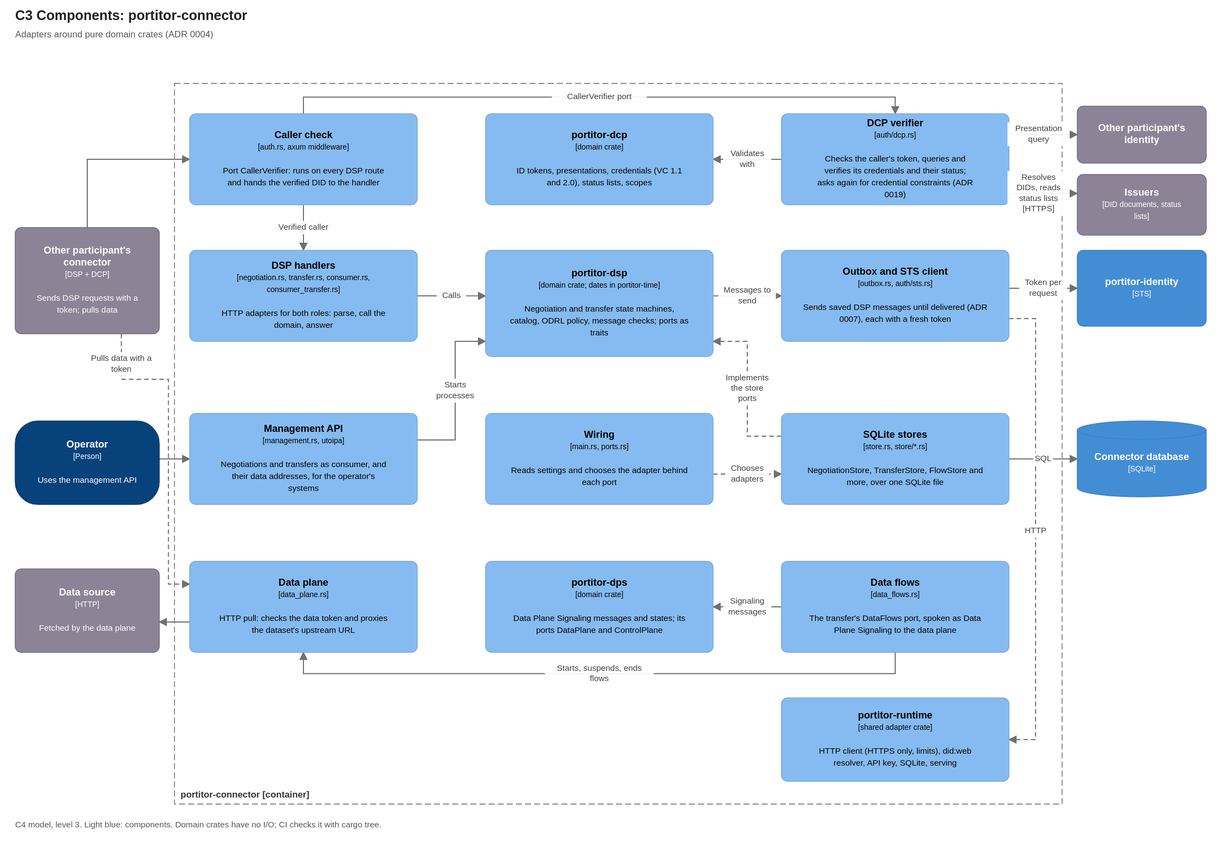
This is docs/diagrams/c3-connector-components.drawio.svg from brunopacheco1/ldsc, a draw.io export, as it was before one commit. Source tidied: cells renumbered, new cells last; positions are measured from the earlier drawing's top-left corner, leaving out a move shared by most shapes.
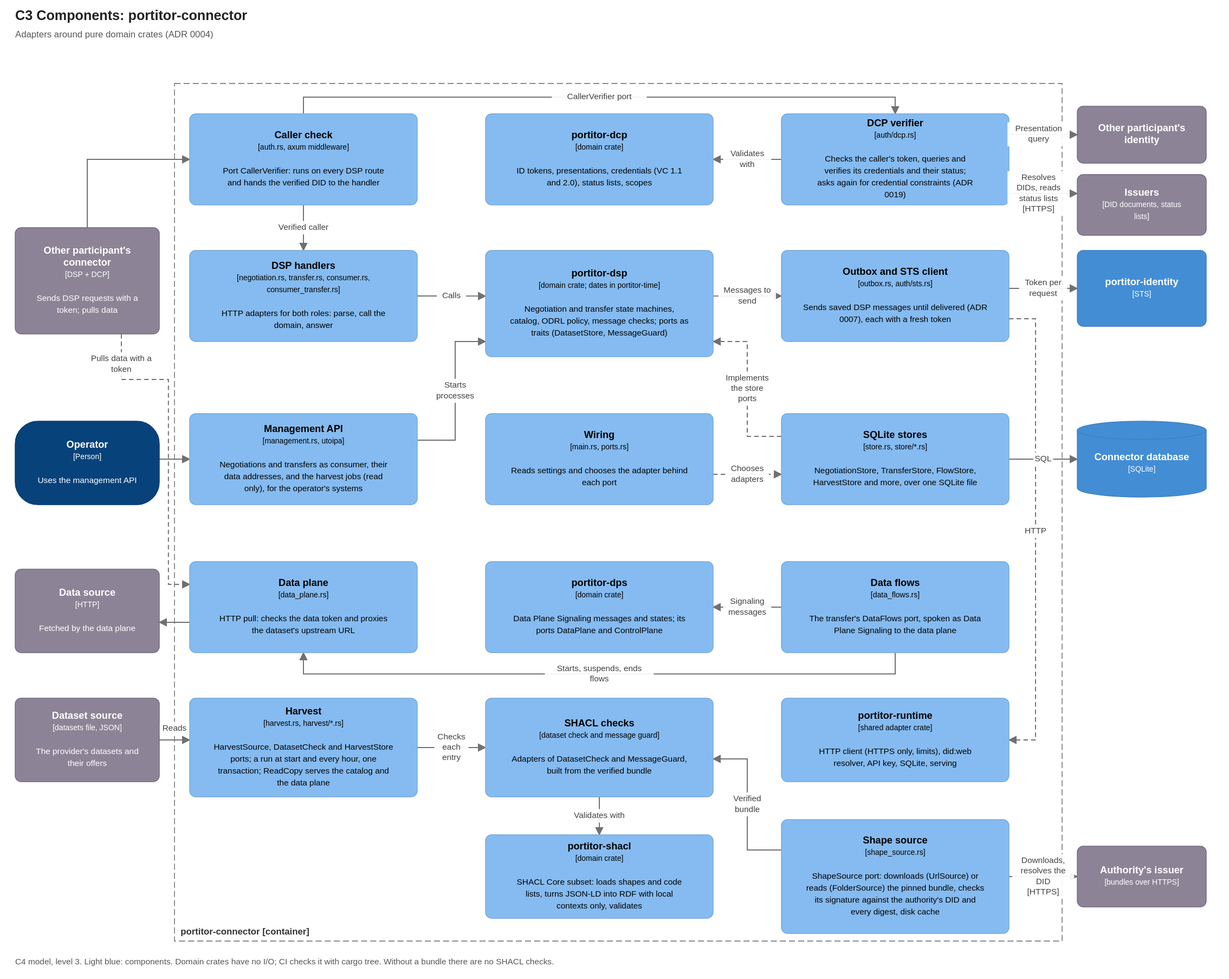
The same file after the commit.

Diff of the diagram source:
```diff
@@ -3,7 +3,7 @@
     <mxCell id="0" />
     <mxCell id="1" parent="0" />
     <mxCell id="2" value="portitor-connector  [container]" style="rounded=0;whiteSpace=wrap;html=1;fillColor=none;dashed=1;dashPattern=8 4;strokeColor=#666666;fontColor=#333333;align=left;verticalAlign=bottom;spacingLeft=8;spacingBottom=4;fontSize=12;fontStyle=1;" parent="1" vertex="1">
-      <mxGeometry x="210" width="1170" height="950" as="geometry" />
+      <mxGeometry x="210" width="1170" height="1130" as="geometry" />
     </mxCell>
     <mxCell id="3" value="&lt;b&gt;Other participant&amp;#x27;s connector&lt;/b&gt;&lt;br&gt;&lt;font style=&quot;font-size:10px&quot;&gt;[DSP + DCP]&lt;/font&gt;&lt;br&gt;&lt;br&gt;&lt;font style=&quot;font-size:11px&quot;&gt;Sends DSP requests with a token; pulls data&lt;/font&gt;" style="rounded=1;arcSize=8;whiteSpace=wrap;html=1;fillColor=#8C8496;strokeColor=#736782;fontColor=#FFFFFF;fontSize=13;align=center;verticalAlign=middle;c4Kind=external;c4Name=Other participant's connector;" parent="1" vertex="1">
       <mxGeometry y="190" width="190" height="140" as="geometry" />
@@ -20,13 +20,13 @@
     <mxCell id="7" value="&lt;b&gt;DSP handlers&lt;/b&gt;&lt;br&gt;&lt;font style=&quot;font-size:10px&quot;&gt;[negotiation.rs, transfer.rs, consumer.rs, consumer_transfer.rs]&lt;/font&gt;&lt;br&gt;&lt;br&gt;&lt;font style=&quot;font-size:11px&quot;&gt;HTTP adapters for both roles: parse, call the domain, answer&lt;/font&gt;" style="rounded=1;arcSize=8;whiteSpace=wrap;html=1;fillColor=#85BBF0;strokeColor=#78A8D8;fontColor=#000000;fontSize=13;align=center;verticalAlign=middle;c4Kind=component;c4Name=DSP handlers;" parent="1" vertex="1">
       <mxGeometry x="230" y="220" width="300" height="120" as="geometry" />
     </mxCell>
-    <mxCell id="8" value="&lt;b&gt;Management API&lt;/b&gt;&lt;br&gt;&lt;font style=&quot;font-size:10px&quot;&gt;[management.rs, utoipa]&lt;/font&gt;&lt;br&gt;&lt;br&gt;&lt;font style=&quot;font-size:11px&quot;&gt;Negotiations and transfers as consumer, and their data addresses, for the operator&amp;#x27;s systems&lt;/font&gt;" style="rounded=1;arcSize=8;whiteSpace=wrap;html=1;fillColor=#85BBF0;strokeColor=#78A8D8;fontColor=#000000;fontSize=13;align=center;verticalAlign=middle;c4Kind=component;c4Name=Management API;" parent="1" vertex="1">
+    <mxCell id="8" value="&lt;b&gt;Management API&lt;/b&gt;&lt;br&gt;&lt;font style=&quot;font-size:10px&quot;&gt;[management.rs, utoipa]&lt;/font&gt;&lt;br&gt;&lt;br&gt;&lt;font style=&quot;font-size:11px&quot;&gt;Negotiations and transfers as consumer, their data addresses, and the harvest jobs (read only), for the operator&amp;#x27;s systems&lt;/font&gt;" style="rounded=1;arcSize=8;whiteSpace=wrap;html=1;fillColor=#85BBF0;strokeColor=#78A8D8;fontColor=#000000;fontSize=13;align=center;verticalAlign=middle;c4Kind=component;c4Name=Management API;" parent="1" vertex="1">
       <mxGeometry x="230" y="435" width="300" height="120" as="geometry" />
     </mxCell>
     <mxCell id="9" value="&lt;b&gt;Data plane&lt;/b&gt;&lt;br&gt;&lt;font style=&quot;font-size:10px&quot;&gt;[data_plane.rs]&lt;/font&gt;&lt;br&gt;&lt;br&gt;&lt;font style=&quot;font-size:11px&quot;&gt;HTTP pull: checks the data token and proxies the dataset&amp;#x27;s upstream URL&lt;/font&gt;" style="rounded=1;arcSize=8;whiteSpace=wrap;html=1;fillColor=#85BBF0;strokeColor=#78A8D8;fontColor=#000000;fontSize=13;align=center;verticalAlign=middle;c4Kind=component;c4Name=Data plane;" parent="1" vertex="1">
       <mxGeometry x="230" y="630" width="300" height="120" as="geometry" />
     </mxCell>
-    <mxCell id="10" value="&lt;b&gt;portitor-dsp&lt;/b&gt;&lt;br&gt;&lt;font style=&quot;font-size:10px&quot;&gt;[domain crate; dates in portitor-time]&lt;/font&gt;&lt;br&gt;&lt;br&gt;&lt;font style=&quot;font-size:11px&quot;&gt;Negotiation and transfer state machines, catalog, ODRL policy, message checks; ports as traits&lt;/font&gt;" style="rounded=1;arcSize=8;whiteSpace=wrap;html=1;fillColor=#85BBF0;strokeColor=#78A8D8;fontColor=#000000;fontSize=13;align=center;verticalAlign=middle;c4Kind=component;c4Name=portitor-dsp;" parent="1" vertex="1">
+    <mxCell id="10" value="&lt;b&gt;portitor-dsp&lt;/b&gt;&lt;br&gt;&lt;font style=&quot;font-size:10px&quot;&gt;[domain crate; dates in portitor-time]&lt;/font&gt;&lt;br&gt;&lt;br&gt;&lt;font style=&quot;font-size:11px&quot;&gt;Negotiation and transfer state machines, catalog, ODRL policy, message checks; ports as traits (DatasetStore, MessageGuard)&lt;/font&gt;" style="rounded=1;arcSize=8;whiteSpace=wrap;html=1;fillColor=#85BBF0;strokeColor=#78A8D8;fontColor=#000000;fontSize=13;align=center;verticalAlign=middle;c4Kind=component;c4Name=portitor-dsp;" parent="1" vertex="1">
       <mxGeometry x="620" y="220" width="300" height="140" as="geometry" />
     </mxCell>
     <mxCell id="11" value="&lt;b&gt;portitor-dps&lt;/b&gt;&lt;br&gt;&lt;font style=&quot;font-size:10px&quot;&gt;[domain crate]&lt;/font&gt;&lt;br&gt;&lt;br&gt;&lt;font style=&quot;font-size:11px&quot;&gt;Data Plane Signaling messages and states; its ports DataPlane and ControlPlane&lt;/font&gt;" style="rounded=1;arcSize=8;whiteSpace=wrap;html=1;fillColor=#85BBF0;strokeColor=#78A8D8;fontColor=#000000;fontSize=13;align=center;verticalAlign=middle;c4Kind=component;c4Name=portitor-dps;" parent="1" vertex="1">
@@ -44,7 +44,7 @@
     <mxCell id="15" value="&lt;b&gt;Outbox and STS client&lt;/b&gt;&lt;br&gt;&lt;font style=&quot;font-size:10px&quot;&gt;[outbox.rs, auth/sts.rs]&lt;/font&gt;&lt;br&gt;&lt;br&gt;&lt;font style=&quot;font-size:11px&quot;&gt;Sends saved DSP messages until delivered (ADR 0007), each with a fresh token&lt;/font&gt;" style="rounded=1;arcSize=8;whiteSpace=wrap;html=1;fillColor=#85BBF0;strokeColor=#78A8D8;fontColor=#000000;fontSize=13;align=center;verticalAlign=middle;c4Kind=component;c4Name=Outbox and STS client;" parent="1" vertex="1">
       <mxGeometry x="1010" y="220" width="300" height="120" as="geometry" />
     </mxCell>
-    <mxCell id="16" value="&lt;b&gt;SQLite stores&lt;/b&gt;&lt;br&gt;&lt;font style=&quot;font-size:10px&quot;&gt;[store.rs, store/*.rs]&lt;/font&gt;&lt;br&gt;&lt;br&gt;&lt;font style=&quot;font-size:11px&quot;&gt;NegotiationStore, TransferStore, FlowStore and more, over one SQLite file&lt;/font&gt;" style="rounded=1;arcSize=8;whiteSpace=wrap;html=1;fillColor=#85BBF0;strokeColor=#78A8D8;fontColor=#000000;fontSize=13;align=center;verticalAlign=middle;c4Kind=component;c4Name=SQLite stores;" parent="1" vertex="1">
+    <mxCell id="16" value="&lt;b&gt;SQLite stores&lt;/b&gt;&lt;br&gt;&lt;font style=&quot;font-size:10px&quot;&gt;[store.rs, store/*.rs]&lt;/font&gt;&lt;br&gt;&lt;br&gt;&lt;font style=&quot;font-size:11px&quot;&gt;NegotiationStore, TransferStore, FlowStore, HarvestStore and more, over one SQLite file&lt;/font&gt;" style="rounded=1;arcSize=8;whiteSpace=wrap;html=1;fillColor=#85BBF0;strokeColor=#78A8D8;fontColor=#000000;fontSize=13;align=center;verticalAlign=middle;c4Kind=component;c4Name=SQLite stores;" parent="1" vertex="1">
       <mxGeometry x="1010" y="435" width="300" height="120" as="geometry" />
     </mxCell>
     <mxCell id="17" value="&lt;b&gt;Data flows&lt;/b&gt;&lt;br&gt;&lt;font style=&quot;font-size:10px&quot;&gt;[data_flows.rs]&lt;/font&gt;&lt;br&gt;&lt;br&gt;&lt;font style=&quot;font-size:11px&quot;&gt;The transfer&amp;#x27;s DataFlows port, spoken as Data Plane Signaling to the data plane&lt;/font&gt;" style="rounded=1;arcSize=8;whiteSpace=wrap;html=1;fillColor=#85BBF0;strokeColor=#78A8D8;fontColor=#000000;fontSize=13;align=center;verticalAlign=middle;c4Kind=component;c4Name=Data flows;" parent="1" vertex="1">
@@ -151,14 +151,52 @@
         </Array>
       </mxGeometry>
     </mxCell>
-    <mxCell id="40" value="C4 model, level 3. Light blue: components. Domain crates have no I/O; CI checks it with cargo tree." style="text;html=1;align=left;verticalAlign=top;fontSize=11;fontColor=#555555;whiteSpace=wrap;" parent="1" vertex="1">
-      <mxGeometry y="960" width="1580" height="40" as="geometry" />
-    </mxCell>
     <mxCell id="41" value="&lt;b&gt;Issuers&lt;/b&gt;&lt;br&gt;&lt;font style=&quot;font-size:10px&quot;&gt;[DID documents, status lists]&lt;/font&gt;" style="rounded=1;arcSize=8;whiteSpace=wrap;html=1;fillColor=#8C8496;strokeColor=#736782;fontColor=#FFFFFF;fontSize=13;align=center;verticalAlign=middle;c4Kind=external;c4Name=Issuers;" parent="1" vertex="1">
       <mxGeometry x="1400" y="120" width="170" height="80" as="geometry" />
     </mxCell>
     <mxCell id="42" value="Resolves DIDs, reads status lists&#10;[HTTPS]" style="endArrow=blockThin;endFill=1;html=1;rounded=0;strokeColor=#707070;fontSize=11;fontColor=#404040;labelBackgroundColor=#FFFFFF;exitX=1.000;exitY=0.875;exitPerimeter=0;entryX=0.000;entryY=0.312;entryPerimeter=0;" parent="1" edge="1" source="14" target="41">
       <mxGeometry relative="1" as="geometry" />
     </mxCell>
+    <mxCell id="43" value="&lt;b&gt;Dataset source&lt;/b&gt;&lt;br&gt;&lt;font style=&quot;font-size:10px&quot;&gt;[datasets file, JSON]&lt;/font&gt;&lt;br&gt;&lt;br&gt;&lt;font style=&quot;font-size:11px&quot;&gt;The provider&amp;#x27;s datasets and their offers&lt;/font&gt;" style="rounded=1;arcSize=8;whiteSpace=wrap;html=1;fillColor=#8C8496;strokeColor=#736782;fontColor=#FFFFFF;fontSize=13;align=center;verticalAlign=middle;c4Kind=external;c4Name=Dataset source;" parent="1" vertex="1">
+      <mxGeometry y="810" width="190" height="110" as="geometry" />
+    </mxCell>
+    <mxCell id="44" value="&lt;b&gt;Harvest&lt;/b&gt;&lt;br&gt;&lt;font style=&quot;font-size:10px&quot;&gt;[harvest.rs, harvest/*.rs]&lt;/font&gt;&lt;br&gt;&lt;br&gt;&lt;font style=&quot;font-size:11px&quot;&gt;HarvestSource, DatasetCheck and HarvestStore ports; a run at start and every hour, one transaction; ReadCopy serves the catalog and the data plane&lt;/font&gt;" style="rounded=1;arcSize=8;whiteSpace=wrap;html=1;fillColor=#85BBF0;strokeColor=#78A8D8;fontColor=#000000;fontSize=13;align=center;verticalAlign=middle;c4Kind=component;c4Name=Harvest;" parent="1" vertex="1">
+      <mxGeometry x="230" y="810" width="300" height="130" as="geometry" />
+    </mxCell>
+    <mxCell id="45" value="&lt;b&gt;SHACL checks&lt;/b&gt;&lt;br&gt;&lt;font style=&quot;font-size:10px&quot;&gt;[dataset check and message guard]&lt;/font&gt;&lt;br&gt;&lt;br&gt;&lt;font style=&quot;font-size:11px&quot;&gt;Adapters of DatasetCheck and MessageGuard, built from the verified bundle&lt;/font&gt;" style="rounded=1;arcSize=8;whiteSpace=wrap;html=1;fillColor=#85BBF0;strokeColor=#78A8D8;fontColor=#000000;fontSize=13;align=center;verticalAlign=middle;c4Kind=component;c4Name=SHACL checks;" parent="1" vertex="1">
+      <mxGeometry x="620" y="810" width="300" height="130" as="geometry" />
+    </mxCell>
+    <mxCell id="46" value="&lt;b&gt;portitor-shacl&lt;/b&gt;&lt;br&gt;&lt;font style=&quot;font-size:10px&quot;&gt;[domain crate]&lt;/font&gt;&lt;br&gt;&lt;br&gt;&lt;font style=&quot;font-size:11px&quot;&gt;SHACL Core subset: loads shapes and code lists, turns JSON-LD into RDF with local contexts only, validates&lt;/font&gt;" style="rounded=1;arcSize=8;whiteSpace=wrap;html=1;fillColor=#85BBF0;strokeColor=#78A8D8;fontColor=#000000;fontSize=13;align=center;verticalAlign=middle;c4Kind=component;c4Name=portitor-shacl;" parent="1" vertex="1">
+      <mxGeometry x="620" y="990" width="300" height="110" as="geometry" />
+    </mxCell>
+    <mxCell id="47" value="&lt;b&gt;Shape source&lt;/b&gt;&lt;br&gt;&lt;font style=&quot;font-size:10px&quot;&gt;[shape_source.rs]&lt;/font&gt;&lt;br&gt;&lt;br&gt;&lt;font style=&quot;font-size:11px&quot;&gt;ShapeSource port: downloads (UrlSource) or reads (FolderSource) the pinned bundle, checks its signature against the authority&amp;#x27;s DID and every digest, disk cache&lt;/font&gt;" style="rounded=1;arcSize=8;whiteSpace=wrap;html=1;fillColor=#85BBF0;strokeColor=#78A8D8;fontColor=#000000;fontSize=13;align=center;verticalAlign=middle;c4Kind=component;c4Name=Shape source;" parent="1" vertex="1">
+      <mxGeometry x="1010" y="970" width="300" height="150" as="geometry" />
+    </mxCell>
+    <mxCell id="48" value="&lt;b&gt;Authority&amp;#x27;s issuer&lt;/b&gt;&lt;br&gt;&lt;font style=&quot;font-size:10px&quot;&gt;[bundles over HTTPS]&lt;/font&gt;" style="rounded=1;arcSize=8;whiteSpace=wrap;html=1;fillColor=#8C8496;strokeColor=#736782;fontColor=#FFFFFF;fontSize=13;align=center;verticalAlign=middle;c4Kind=external;c4Name=Authority's issuer;" parent="1" vertex="1">
+      <mxGeometry x="1400" y="1005" width="170" height="80" as="geometry" />
+    </mxCell>
+    <mxCell id="49" value="Reads" style="endArrow=blockThin;endFill=1;html=1;rounded=0;strokeColor=#707070;fontSize=11;fontColor=#404040;labelBackgroundColor=#FFFFFF;exitX=1.000;exitY=0.500;exitPerimeter=0;entryX=0.000;entryY=0.423;entryPerimeter=0;" parent="1" edge="1" source="43" target="44">
+      <mxGeometry relative="1" as="geometry" />
+    </mxCell>
+    <mxCell id="50" value="Checks each entry" style="endArrow=blockThin;endFill=1;html=1;rounded=0;strokeColor=#707070;fontSize=11;fontColor=#404040;labelBackgroundColor=#FFFFFF;exitX=1.000;exitY=0.500;exitPerimeter=0;entryX=0.000;entryY=0.500;entryPerimeter=0;" parent="1" edge="1" source="44" target="45">
+      <mxGeometry relative="1" as="geometry" />
+    </mxCell>
+    <mxCell id="51" value="Validates with" style="endArrow=blockThin;endFill=1;html=1;rounded=0;strokeColor=#707070;fontSize=11;fontColor=#404040;labelBackgroundColor=#FFFFFF;exitX=0.500;exitY=1.000;exitPerimeter=0;entryX=0.500;entryY=0.000;entryPerimeter=0;" parent="1" edge="1" source="45" target="46">
+      <mxGeometry relative="1" as="geometry" />
+    </mxCell>
+    <mxCell id="52" value="Verified bundle" style="endArrow=blockThin;endFill=1;html=1;rounded=0;strokeColor=#707070;fontSize=11;fontColor=#404040;labelBackgroundColor=#FFFFFF;exitX=0.000;exitY=0.267;exitPerimeter=0;entryX=1.000;entryY=0.615;entryPerimeter=0;" parent="1" edge="1" source="47" target="45">
+      <mxGeometry relative="1" as="geometry">
+        <Array as="points">
+          <mxPoint x="965" y="1010" />
+          <mxPoint x="965" y="890" />
+        </Array>
+      </mxGeometry>
+    </mxCell>
+    <mxCell id="53" value="Downloads, resolves the DID&#10;[HTTPS]" style="endArrow=blockThin;endFill=1;html=1;rounded=0;strokeColor=#707070;fontSize=11;fontColor=#404040;labelBackgroundColor=#FFFFFF;exitX=1.000;exitY=0.500;exitPerimeter=0;entryX=0.000;entryY=0.500;entryPerimeter=0;" parent="1" edge="1" source="47" target="48">
+      <mxGeometry relative="1" as="geometry" />
+    </mxCell>
+    <mxCell id="40" value="C4 model, level 3. Light blue: components. Domain crates have no I/O; CI checks it with cargo tree. Without a bundle there are no SHACL checks." style="text;html=1;align=left;verticalAlign=top;fontSize=11;fontColor=#555555;whiteSpace=wrap;" parent="1" vertex="1">
+      <mxGeometry y="1140" width="1580" height="40" as="geometry" />
+    </mxCell>
   </root>
 </mxGraphModel>
```
